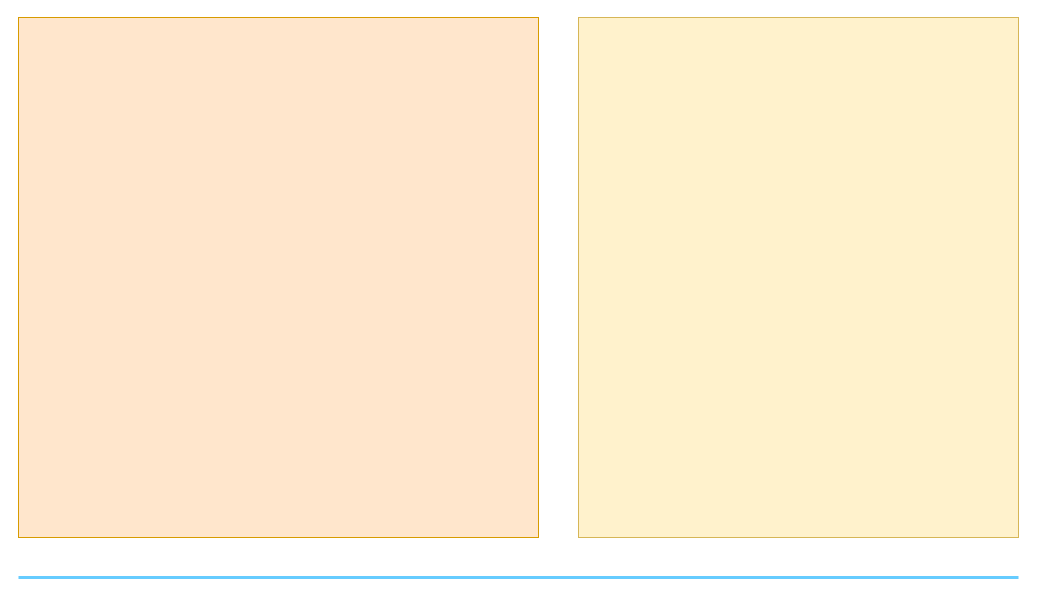
The draw.io diagram CS/ComputerNetwork/LanChatStructureDiagram.drawio in umiskky/Diagrams, before the edit. Source tidied: cells renumbered, new cells numbered last; positions are measured from the earlier drawing's top-left corner, leaving out a move shared by most shapes. Both pictures are drawn from the tidied source at 100%, with x=0, y=0 at pixel (18, 17).
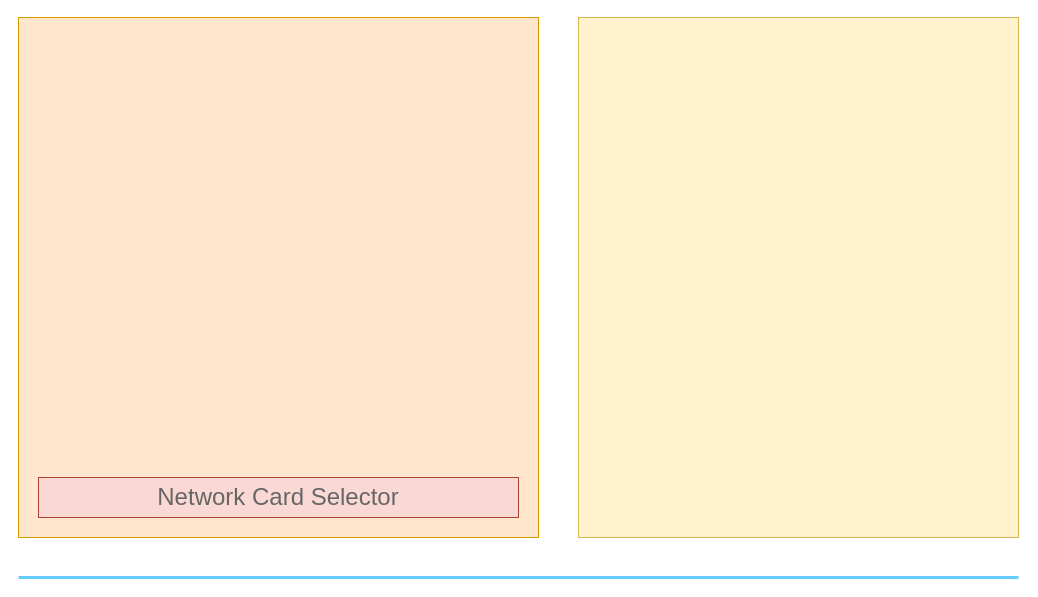
The same diagram, later.

Diff of the diagram source:
```diff
@@
 <mxGraphModel>
   <root>
     <mxCell id="0" />
     <mxCell id="1" parent="0" />
     <mxCell id="2" style="rounded=0;whiteSpace=wrap;html=1;fillColor=#ffe6cc;strokeColor=#d79b00;" parent="1" vertex="1">
       <mxGeometry width="520" height="520" as="geometry" />
     </mxCell>
     <mxCell id="3" style="rounded=0;whiteSpace=wrap;html=1;fillColor=#fff2cc;strokeColor=#d6b656;" parent="1" vertex="1">
       <mxGeometry x="560" width="440" height="520" as="geometry" />
     </mxCell>
     <mxCell id="4" style="endArrow=none;html=1;fillColor=#e1d5e7;strokeWidth=3;strokeColor=#66CCFF;" parent="1" edge="1">
       <mxGeometry relative="1" as="geometry">
         <mxPoint y="560" as="sourcePoint" />
         <mxPoint x="1000" y="560" as="targetPoint" />
       </mxGeometry>
     </mxCell>
+    <mxCell id="5" value="&lt;font style=&quot;font-size: 24px&quot; color=&quot;#666666&quot;&gt;Network Card Selector&lt;/font&gt;" style="rounded=0;whiteSpace=wrap;html=1;fillColor=#fad9d5;strokeColor=#ae4132;" parent="1" vertex="1">
+      <mxGeometry x="20" y="460" width="480" height="40" as="geometry" />
+    </mxCell>
   </root>
 </mxGraphModel>
```
